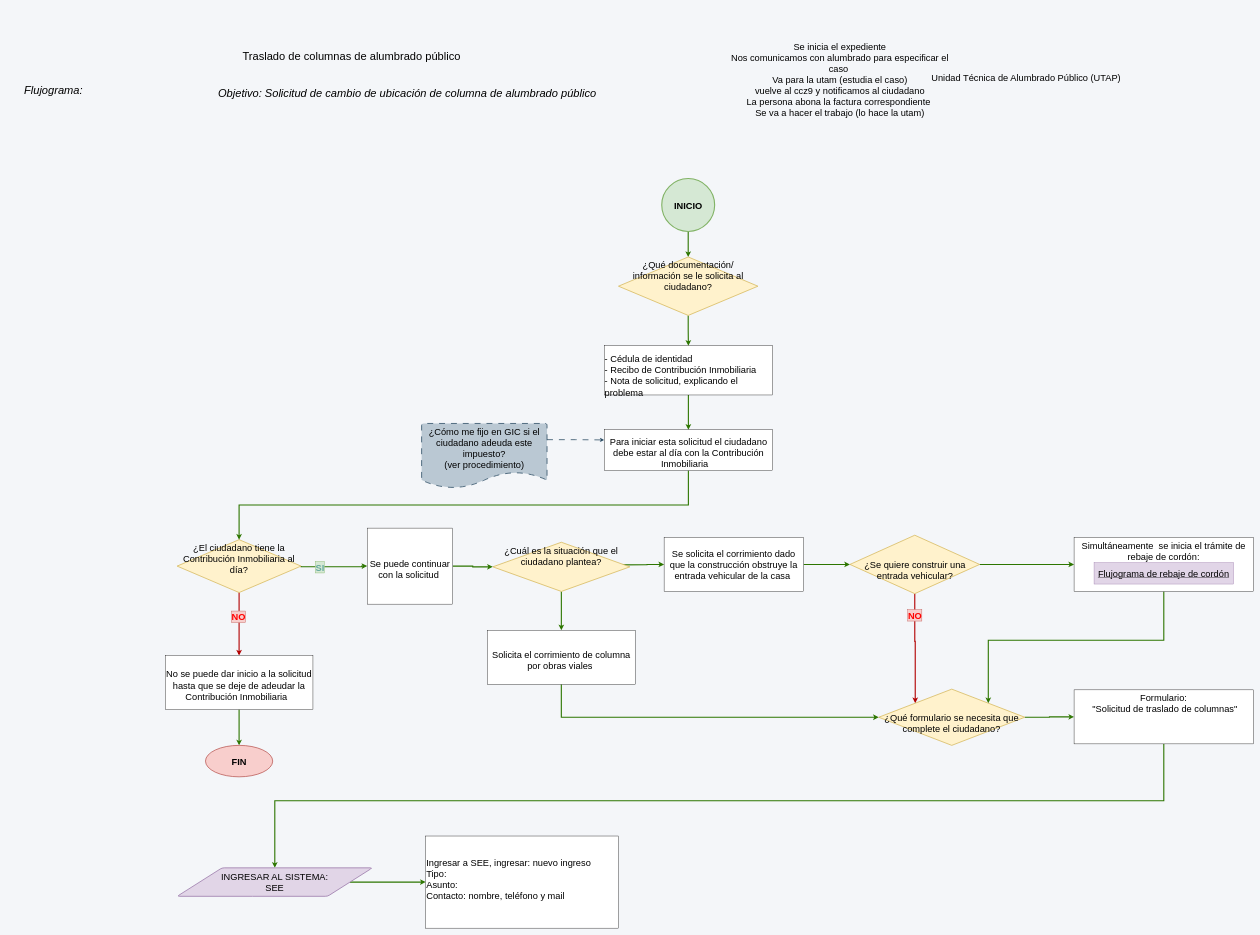
This is page "Traslado de columnas" (1 of 3) of Traslado_de_columnas/Traslado de columnas.drawio from adlc20/Manual_de_procedimientos_ccz9, a draw.io file, before an edit. Source tidied: cells renumbered, new cells numbered last; positions are measured from the earlier drawing's top-left corner, leaving out a move shared by most shapes. Both pictures are drawn from the tidied source at 37%, with x=0, y=0 at pixel (6, 6).
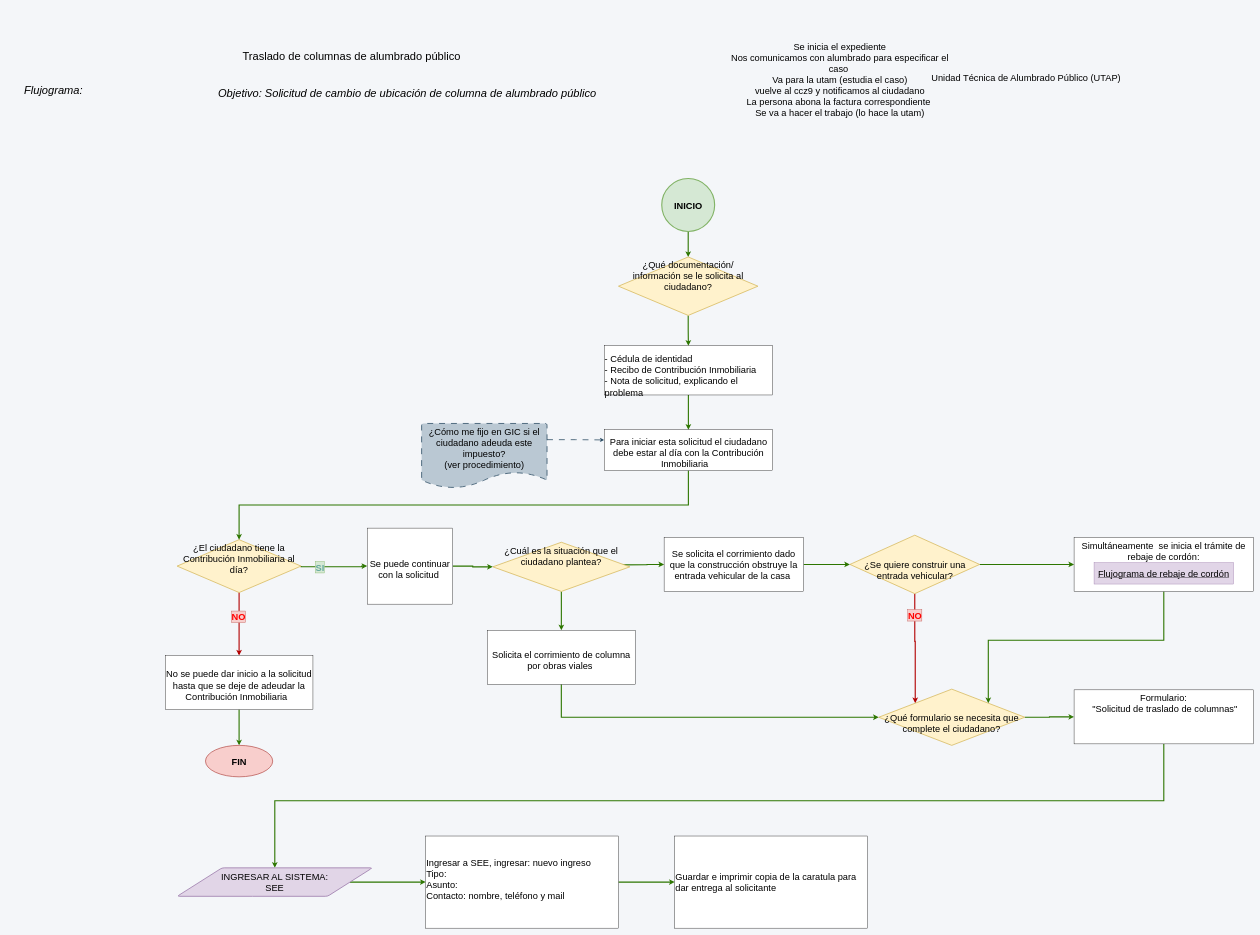
After the change.

Unchanged cells that the change refers to:
```xml
<mxCell id="47" value="&lt;div style=&quot;&quot;&gt;&lt;span style=&quot;font-size: 12px;&quot;&gt;&lt;br&gt;&lt;/span&gt;&lt;/div&gt;&lt;div style=&quot;&quot;&gt;&lt;font style=&quot;font-size: 25px;&quot;&gt;Ingresar a SEE, ingresar: nuevo ingreso&amp;nbsp;&lt;/font&gt;&lt;/div&gt;&lt;div style=&quot;&quot;&gt;&lt;font style=&quot;font-size: 25px;&quot;&gt;Tipo:&lt;/font&gt;&lt;/div&gt;&lt;div style=&quot;&quot;&gt;&lt;font style=&quot;font-size: 25px;&quot;&gt;Asunto:&lt;/font&gt;&lt;/div&gt;&lt;div style=&quot;&quot;&gt;&lt;font style=&quot;font-size: 25px;&quot;&gt;Contacto: nombre, teléfono y mail&amp;nbsp;&lt;/font&gt;&lt;/div&gt;&lt;div style=&quot;&quot;&gt;&lt;font style=&quot;font-size: 25px;&quot;&gt;&amp;nbsp;&lt;/font&gt;&lt;/div&gt;" style="rounded=0;whiteSpace=wrap;html=1;align=left;" parent="1" vertex="1">
  <mxGeometry x="1133" y="2242" width="521" height="249" as="geometry" />
</mxCell>
```

What changed in the source:
```diff
@@
+    <mxCell id="48" style="edgeStyle=orthogonalEdgeStyle;rounded=0;jettySize=auto;html=1;exitX=1;exitY=0.5;exitDx=0;exitDy=0;fillColor=#60a917;strokeColor=#2D7600;strokeWidth=3;" parent="1" edge="1" source="47" target="49">
+      <mxGeometry relative="1" as="geometry" />
+    </mxCell>
@@
+    <mxCell id="49" value="&lt;div style=&quot;&quot;&gt;&lt;font style=&quot;font-size: 25px;&quot;&gt;Guardar e imprimir copia de la caratula para dar entrega al solicitante&amp;nbsp;&amp;nbsp;&lt;/font&gt;&lt;/div&gt;" style="rounded=0;whiteSpace=wrap;html=1;align=left;" parent="1" vertex="1">
+      <mxGeometry x="1806" y="2242" width="521" height="249" as="geometry" />
+    </mxCell>
```
